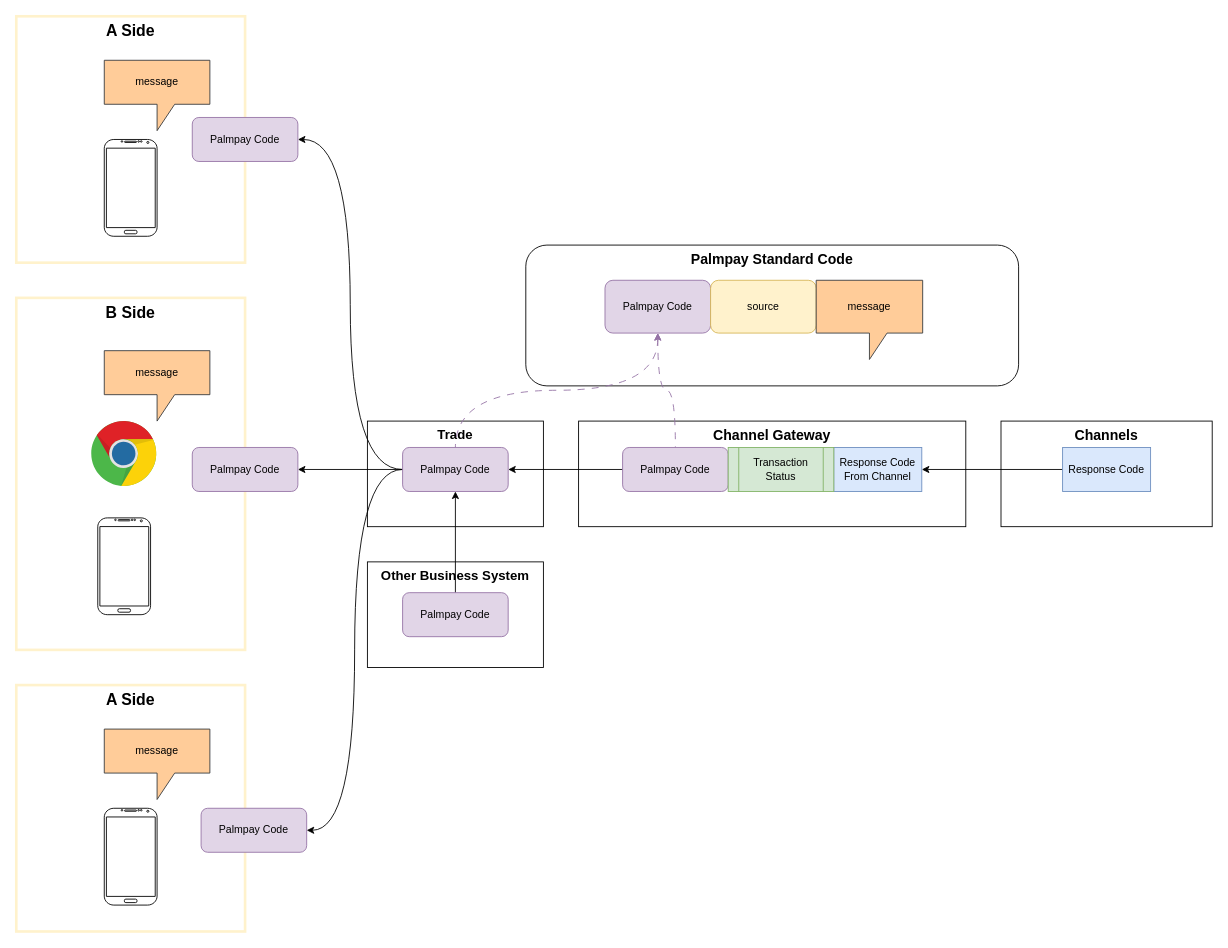
Above: Palmpay Standard Response Code.drawio in catface996/images (draw.io), before the change. Source tidied: cells renumbered, new cells numbered last; positions are measured from the earlier drawing's top-left corner, leaving out a move shared by most shapes. Both pictures are drawn from the tidied source at 88%, with x=0, y=0 at pixel (16, 16).
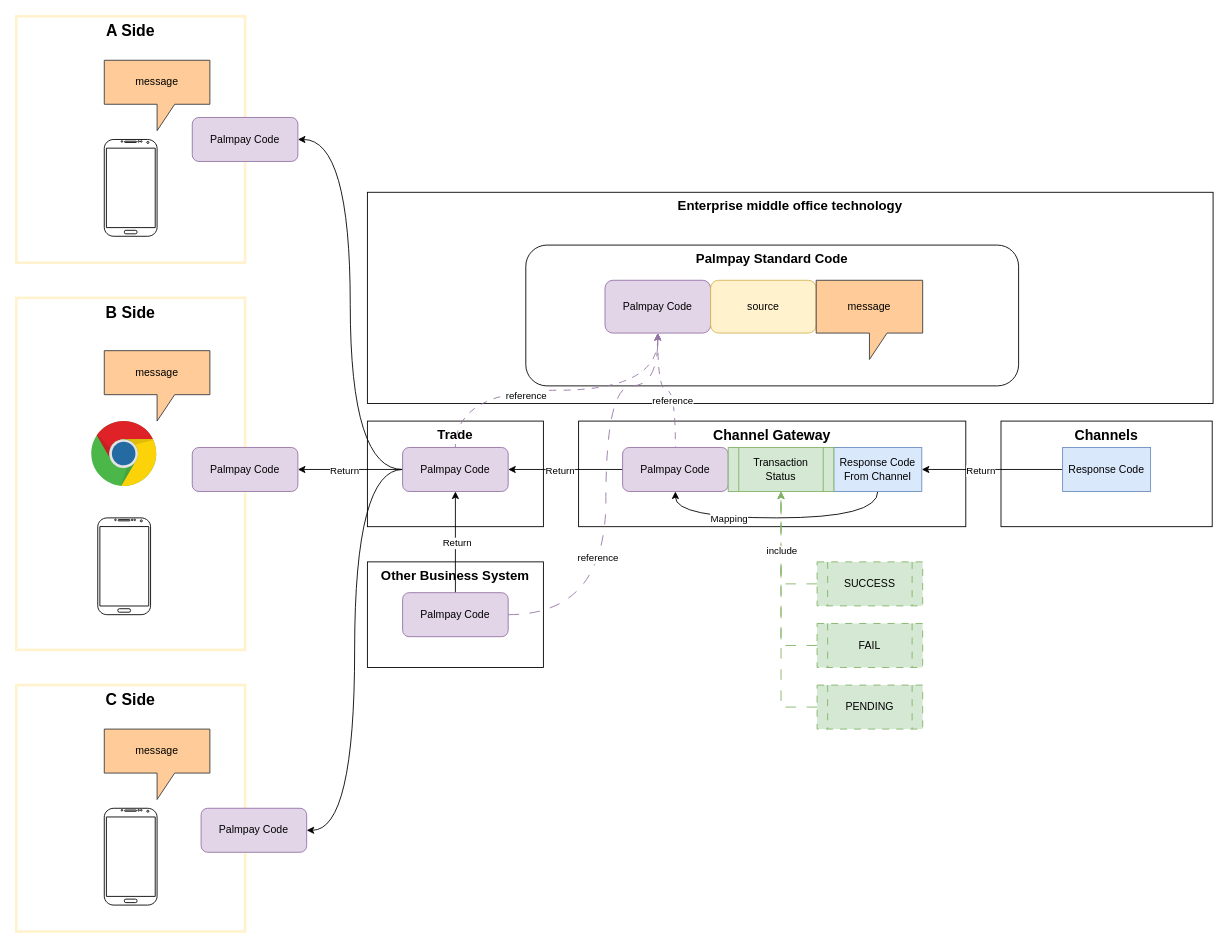
The same diagram, later.

Unchanged cells that the change refers to:
```xml
<mxCell id="8" value="Response Code&lt;br&gt;From Channel" style="rounded=0;whiteSpace=wrap;html=1;fillColor=#dae8fc;strokeColor=#6c8ebf;" parent="1" vertex="1">
  <mxGeometry x="929" y="490" width="100" height="50" as="geometry" />
</mxCell>
<mxCell id="11" style="edgeStyle=orthogonalEdgeStyle;rounded=0;jettySize=auto;html=1;entryX=1;entryY=0.5;entryDx=0;entryDy=0;" parent="1" edge="1" source="12" target="8">
  <mxGeometry relative="1" as="geometry" />
</mxCell>
<mxCell id="14" style="edgeStyle=orthogonalEdgeStyle;rounded=0;jettySize=auto;html=1;entryX=0.5;entryY=0;entryDx=0;entryDy=0;curved=1;endArrow=none;endFill=0;startArrow=classic;startFill=1;exitX=0.5;exitY=1;exitDx=0;exitDy=0;dashed=1;dashPattern=8 8;fillColor=#e1d5e7;strokeColor=#9673a6;" parent="1" edge="1" source="16" target="31">
  <mxGeometry relative="1" as="geometry" />
</mxCell>
<mxCell id="15" style="edgeStyle=orthogonalEdgeStyle;rounded=0;jettySize=auto;html=1;entryX=0.5;entryY=0;entryDx=0;entryDy=0;curved=1;endArrow=none;endFill=0;startArrow=classic;startFill=1;dashed=1;dashPattern=8 8;fillColor=#e1d5e7;strokeColor=#9673a6;" parent="1" edge="1" source="16" target="19">
  <mxGeometry relative="1" as="geometry" />
</mxCell>
<mxCell id="16" value="Palmpay Code" style="rounded=1;whiteSpace=wrap;html=1;fillColor=#e1d5e7;strokeColor=#9673a6;" parent="1" vertex="1">
  <mxGeometry x="669" y="300" width="120" height="60" as="geometry" />
</mxCell>
<mxCell id="18" style="edgeStyle=orthogonalEdgeStyle;rounded=0;jettySize=auto;html=1;entryX=1;entryY=0.5;entryDx=0;entryDy=0;" parent="1" edge="1" source="19" target="31">
  <mxGeometry relative="1" as="geometry" />
</mxCell>
<mxCell id="19" value="Palmpay Code" style="rounded=1;whiteSpace=wrap;html=1;fillColor=#e1d5e7;strokeColor=#9673a6;" parent="1" vertex="1">
  <mxGeometry x="689" y="490" width="120" height="50" as="geometry" />
</mxCell>
<mxCell id="20" value="Transaction&lt;br&gt;Status" style="shape=process;whiteSpace=wrap;html=1;backgroundOutline=1;fillColor=#d5e8d4;strokeColor=#82b366;" parent="1" vertex="1">
  <mxGeometry x="809" y="490" width="120" height="50" as="geometry" />
</mxCell>
<mxCell id="28" style="edgeStyle=orthogonalEdgeStyle;rounded=0;jettySize=auto;html=1;entryX=1;entryY=0.5;entryDx=0;entryDy=0;" parent="1" edge="1" source="31" target="32">
  <mxGeometry relative="1" as="geometry" />
</mxCell>
<mxCell id="34" style="edgeStyle=orthogonalEdgeStyle;rounded=0;jettySize=auto;html=1;entryX=0.5;entryY=1;entryDx=0;entryDy=0;" parent="1" edge="1" source="35" target="31">
  <mxGeometry relative="1" as="geometry" />
</mxCell>
<mxCell id="35" value="Palmpay Code" style="rounded=1;whiteSpace=wrap;html=1;fillColor=#e1d5e7;strokeColor=#9673a6;" parent="1" vertex="1">
  <mxGeometry x="439" y="655" width="120" height="50" as="geometry" />
</mxCell>
```

The edit, as a diff of the source:
```diff
@@
+    <mxCell id="37" value="Enterprise middle office technology" style="rounded=0;whiteSpace=wrap;html=1;verticalAlign=top;fontStyle=1;fontSize=15;" parent="1" vertex="1">
+      <mxGeometry x="399" y="200" width="961" height="240" as="geometry" />
+    </mxCell>
-    <mxCell id="2" value="A Side" style="rounded=0;whiteSpace=wrap;html=1;fontStyle=1;verticalAlign=top;fontSize=18;strokeColor=#FFF2CC;strokeWidth=3;" parent="1" vertex="1">
+    <mxCell id="2" value="C Side" style="rounded=0;whiteSpace=wrap;html=1;fontStyle=1;verticalAlign=top;fontSize=18;strokeColor=#FFF2CC;strokeWidth=3;" parent="1" vertex="1">
       <mxGeometry y="760" width="260" height="280" as="geometry" />
     </mxCell>
@@
+    <mxCell id="38" style="edgeStyle=orthogonalEdgeStyle;rounded=0;jettySize=auto;html=1;entryX=0.5;entryY=1;entryDx=0;entryDy=0;exitX=0.5;exitY=1;exitDx=0;exitDy=0;curved=1;" parent="1" edge="1" source="8" target="19">
+      <mxGeometry relative="1" as="geometry">
+        <Array as="points">
+          <mxPoint x="979" y="570" />
+          <mxPoint x="749" y="570" />
+        </Array>
+      </mxGeometry>
+    </mxCell>
+    <mxCell id="39" value="Mapping" style="edgeLabel;html=1;align=center;verticalAlign=middle;" parent="38" vertex="1">
+      <mxGeometry x="0.12" y="2" relative="1" as="geometry">
+        <mxPoint x="-38" y="-2" as="offset" />
+      </mxGeometry>
+    </mxCell>
@@
+    <mxCell id="40" value="Return" style="edgeLabel;html=1;align=center;verticalAlign=middle;" parent="11" vertex="1">
+      <mxGeometry x="0.17" y="1" relative="1" as="geometry" />
+    </mxCell>
@@
-    <mxCell id="13" value="Palmpay Standard Code" style="rounded=1;whiteSpace=wrap;html=1;verticalAlign=top;fontStyle=1;fontSize=16;" parent="1" vertex="1">
+    <mxCell id="13" value="Palmpay Standard Code" style="rounded=1;whiteSpace=wrap;html=1;verticalAlign=top;fontStyle=1;fontSize=15;" parent="1" vertex="1">
       <mxGeometry x="579" y="260" width="560" height="160" as="geometry" />
     </mxCell>
@@
+    <mxCell id="41" value="reference&amp;nbsp;" style="edgeLabel;html=1;align=center;verticalAlign=middle;" parent="14" vertex="1">
+      <mxGeometry x="0.19" y="5" relative="1" as="geometry" />
+    </mxCell>
@@
+    <mxCell id="42" value="reference" style="edgeLabel;html=1;align=center;verticalAlign=middle;" parent="15" vertex="1">
+      <mxGeometry x="0.28" y="-4" relative="1" as="geometry" />
+    </mxCell>
@@
+    <mxCell id="43" value="Return" style="edgeLabel;html=1;align=center;verticalAlign=middle;" parent="18" vertex="1">
+      <mxGeometry x="0.11" y="1" relative="1" as="geometry" />
+    </mxCell>
@@
+    <mxCell id="44" value="Return" style="edgeLabel;html=1;align=center;verticalAlign=middle;" parent="28" vertex="1">
+      <mxGeometry x="0.13" y="1" relative="1" as="geometry" />
+    </mxCell>
@@
+    <mxCell id="45" value="Return" style="edgeLabel;html=1;align=center;verticalAlign=middle;" parent="34" vertex="1">
+      <mxGeometry x="-0.01" y="-1" relative="1" as="geometry" />
+    </mxCell>
+    <mxCell id="46" style="edgeStyle=orthogonalEdgeStyle;rounded=0;jettySize=auto;html=1;entryX=0.5;entryY=1;entryDx=0;entryDy=0;curved=1;dashed=1;fillColor=#e1d5e7;strokeColor=#9673a6;dashPattern=12 12;" parent="1" edge="1" source="35" target="16">
+      <mxGeometry relative="1" as="geometry">
+        <Array as="points">
+          <mxPoint x="670" y="680" />
+          <mxPoint x="670" y="420" />
+          <mxPoint x="729" y="420" />
+        </Array>
+      </mxGeometry>
+    </mxCell>
+    <mxCell id="47" value="reference" style="edgeLabel;html=1;align=center;verticalAlign=middle;" parent="46" vertex="1">
+      <mxGeometry x="-0.28" y="10" relative="1" as="geometry" />
+    </mxCell>
@@
+    <mxCell id="48" style="edgeStyle=orthogonalEdgeStyle;rounded=0;jettySize=auto;html=1;entryX=0.5;entryY=1;entryDx=0;entryDy=0;exitX=0;exitY=0.5;exitDx=0;exitDy=0;dashed=1;dashPattern=12 12;fillColor=#d5e8d4;strokeColor=#82b366;" parent="1" edge="1" source="49" target="20">
+      <mxGeometry relative="1" as="geometry" />
+    </mxCell>
+    <mxCell id="49" value="SUCCESS" style="shape=process;whiteSpace=wrap;html=1;backgroundOutline=1;fillColor=#d5e8d4;strokeColor=#82b366;dashed=1;dashPattern=8 8;" parent="1" vertex="1">
+      <mxGeometry x="910" y="620" width="120" height="50" as="geometry" />
+    </mxCell>
+    <mxCell id="50" style="edgeStyle=orthogonalEdgeStyle;rounded=0;jettySize=auto;html=1;entryX=0.5;entryY=1;entryDx=0;entryDy=0;exitX=0;exitY=0.5;exitDx=0;exitDy=0;dashed=1;dashPattern=12 12;fillColor=#d5e8d4;strokeColor=#82b366;" parent="1" edge="1" source="51" target="20">
+      <mxGeometry relative="1" as="geometry" />
+    </mxCell>
+    <mxCell id="51" value="FAIL" style="shape=process;whiteSpace=wrap;html=1;backgroundOutline=1;fillColor=#d5e8d4;strokeColor=#82b366;dashed=1;dashPattern=8 8;" parent="1" vertex="1">
+      <mxGeometry x="910" y="690" width="120" height="50" as="geometry" />
+    </mxCell>
+    <mxCell id="52" style="edgeStyle=orthogonalEdgeStyle;rounded=0;jettySize=auto;html=1;entryX=0.5;entryY=1;entryDx=0;entryDy=0;dashed=1;dashPattern=12 12;fillColor=#d5e8d4;strokeColor=#82b366;" parent="1" edge="1" source="54" target="20">
+      <mxGeometry relative="1" as="geometry">
+        <Array as="points">
+          <mxPoint x="869" y="785" />
+        </Array>
+      </mxGeometry>
+    </mxCell>
+    <mxCell id="53" value="include" style="edgeLabel;html=1;align=center;verticalAlign=middle;" parent="52" vertex="1">
+      <mxGeometry x="0.53" relative="1" as="geometry" />
+    </mxCell>
+    <mxCell id="54" value="PENDING" style="shape=process;whiteSpace=wrap;html=1;backgroundOutline=1;fillColor=#d5e8d4;strokeColor=#82b366;dashed=1;dashPattern=8 8;" parent="1" vertex="1">
+      <mxGeometry x="910" y="760" width="120" height="50" as="geometry" />
+    </mxCell>
```
